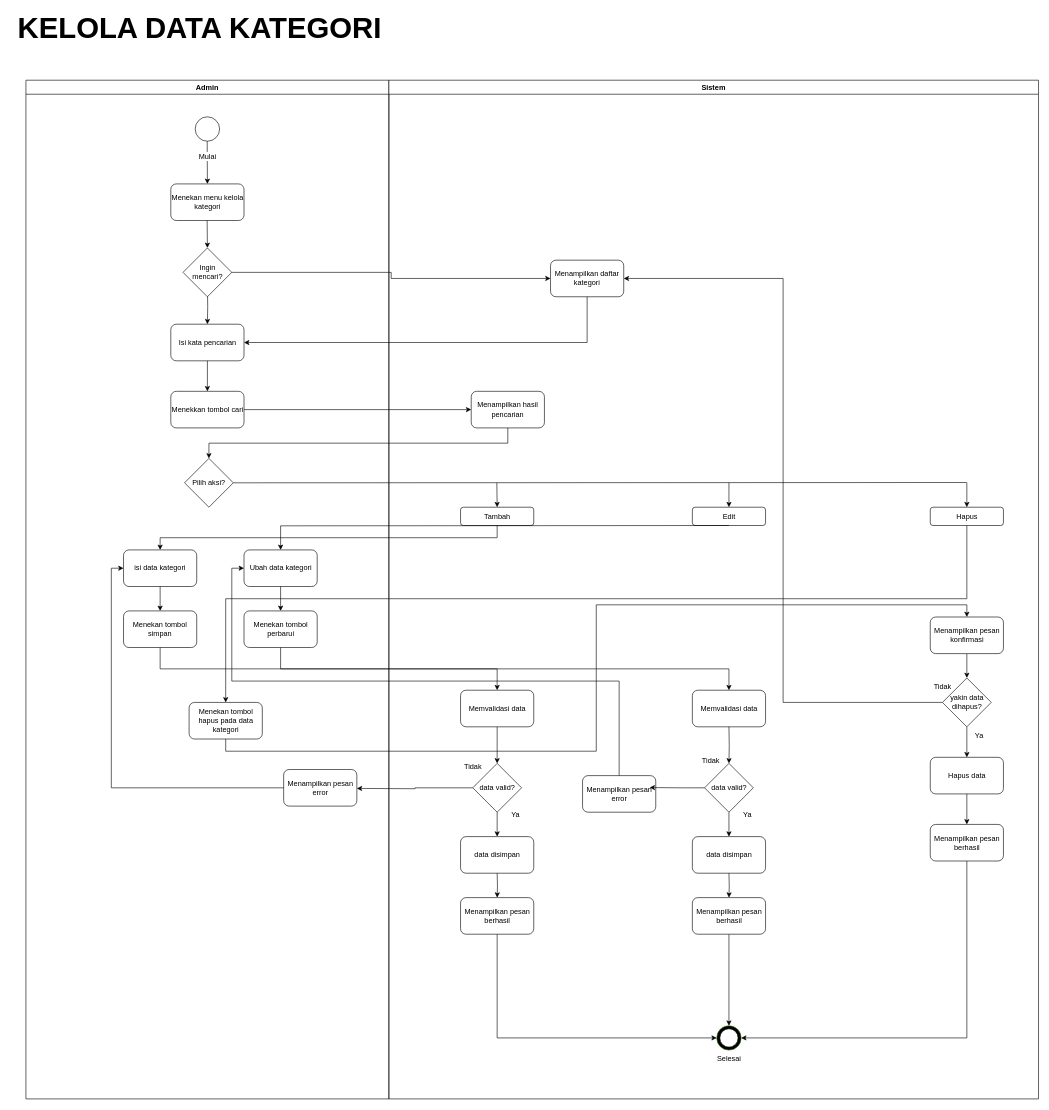
sintaannisa/Aplikasi-Peminjaman-Alat keeps this draw.io diagram as page "Kelola data kategori" (4 of 9) of Diagram Tanpa Judul.drawio. Above is the earlier version. Source tidied: cells renumbered, new cells numbered last; positions are measured from the earlier drawing's top-left corner, leaving out a move shared by most shapes. Both pictures are drawn from the tidied source at 61%, with x=0, y=0 at pixel (10, 19).
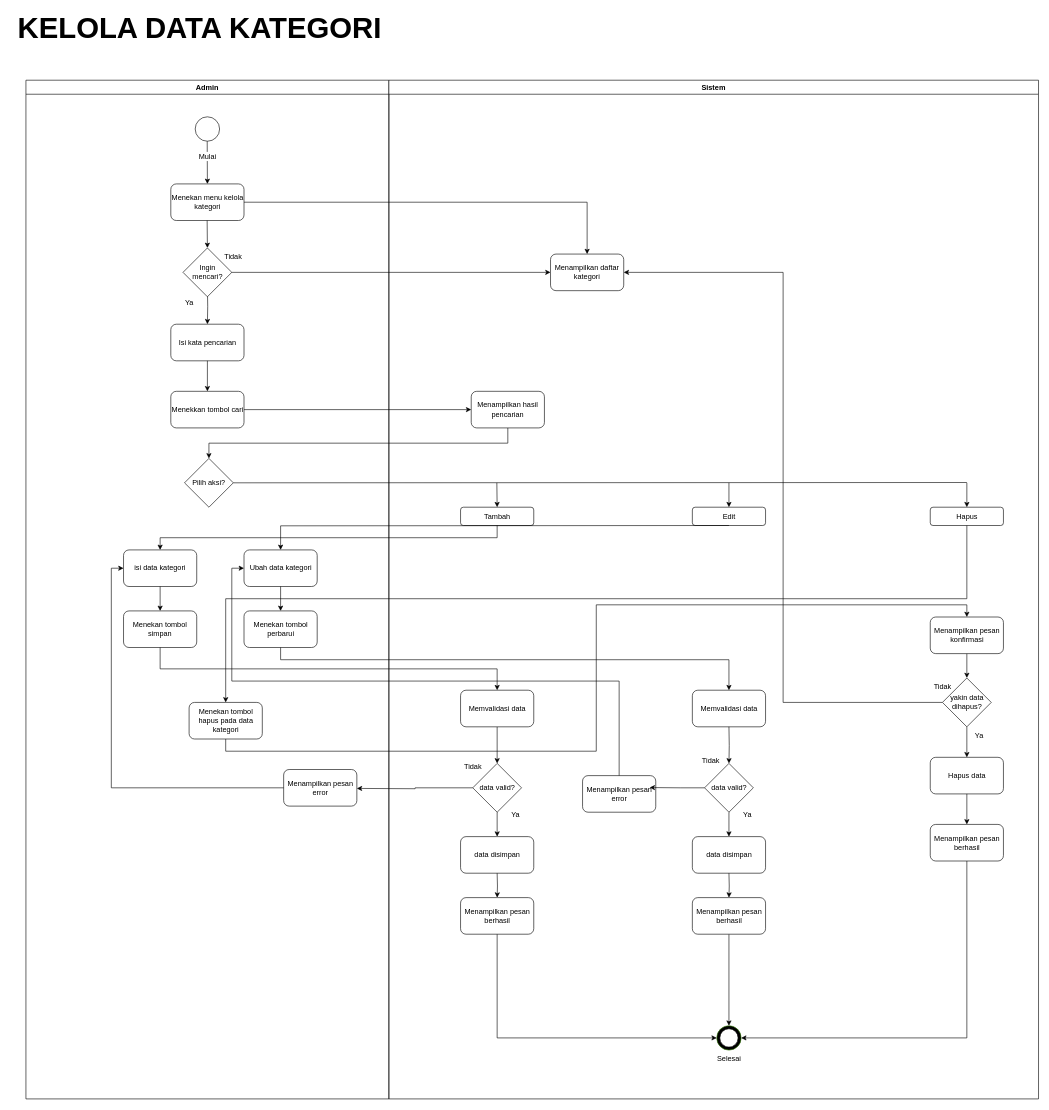
The same page after the edit.

The change refers to these unchanged cells:
```xml
<mxCell id="2" value="Admin" style="swimlane;whiteSpace=wrap;html=1;" parent="1" vertex="1">
  <mxGeometry x="25" y="100" width="595" height="1670" as="geometry" />
</mxCell>
<mxCell id="4" value="Menekan menu kelola kategori" style="rounded=1;whiteSpace=wrap;html=1;" parent="2" vertex="1">
  <mxGeometry x="237.5" y="170" width="120" height="60" as="geometry" />
</mxCell>
<mxCell id="8" value="Isi kata pencarian" style="rounded=1;whiteSpace=wrap;html=1;" parent="2" vertex="1">
  <mxGeometry x="237.5" y="400" width="120" height="60" as="geometry" />
</mxCell>
<mxCell id="12" value="Menekan tombol perbarui" style="rounded=1;whiteSpace=wrap;html=1;" parent="2" vertex="1">
  <mxGeometry x="357.5" y="870" width="120" height="60" as="geometry" />
</mxCell>
<mxCell id="18" value="Sistem" style="swimlane;whiteSpace=wrap;html=1;" parent="1" vertex="1">
  <mxGeometry x="620" y="100" width="1065" height="1670" as="geometry" />
</mxCell>
<mxCell id="37" value="Memvalidasi data" style="rounded=1;whiteSpace=wrap;html=1;" parent="18" vertex="1">
  <mxGeometry x="497.5" y="1000" width="120" height="60" as="geometry" />
</mxCell>
```

The edit, as a diff of the source:
```diff
@@
+    <mxCell id="82" value="Ya" style="text;html=1;whiteSpace=wrap;strokeColor=none;fillColor=none;align=center;verticalAlign=middle;rounded=0;" parent="2" vertex="1">
+      <mxGeometry x="237.5" y="350" width="60" height="30" as="geometry" />
+    </mxCell>
+    <mxCell id="83" value="Tidak" style="text;html=1;whiteSpace=wrap;strokeColor=none;fillColor=none;align=center;verticalAlign=middle;rounded=0;" parent="2" vertex="1">
+      <mxGeometry x="310" y="275" width="60" height="30" as="geometry" />
+    </mxCell>
@@
     <mxCell id="19" value="Menampilkan daftar kategori" style="rounded=1;whiteSpace=wrap;html=1;" parent="18" vertex="1">
-      <mxGeometry x="265" y="295" width="120" height="60" as="geometry" />
+      <mxGeometry x="265" y="285" width="120" height="60" as="geometry" />
     </mxCell>
@@
-    <mxCell id="71" style="edgeStyle=orthogonalEdgeStyle;rounded=0;jettySize=auto;html=1;exitX=0.5;exitY=1;exitDx=0;exitDy=0;entryX=1;entryY=0.5;entryDx=0;entryDy=0;" parent="1" edge="1" source="19" target="8">
-      <mxGeometry relative="1" as="geometry" />
-    </mxCell>
@@
     <mxCell id="78" style="edgeStyle=orthogonalEdgeStyle;rounded=0;jettySize=auto;html=1;exitX=0.5;exitY=1;exitDx=0;exitDy=0;entryX=0.5;entryY=0;entryDx=0;entryDy=0;" parent="1" edge="1" source="12" target="37">
-      <mxGeometry relative="1" as="geometry" />
+      <mxGeometry relative="1" as="geometry">
+        <Array as="points">
+          <mxPoint x="442.5" y="1050" />
+          <mxPoint x="1177.5" y="1050" />
+        </Array>
+      </mxGeometry>
     </mxCell>
@@
+    <mxCell id="84" style="edgeStyle=orthogonalEdgeStyle;rounded=0;jettySize=auto;html=1;exitX=1;exitY=0.5;exitDx=0;exitDy=0;" parent="1" edge="1" source="4" target="19">
+      <mxGeometry relative="1" as="geometry" />
+    </mxCell>
```
